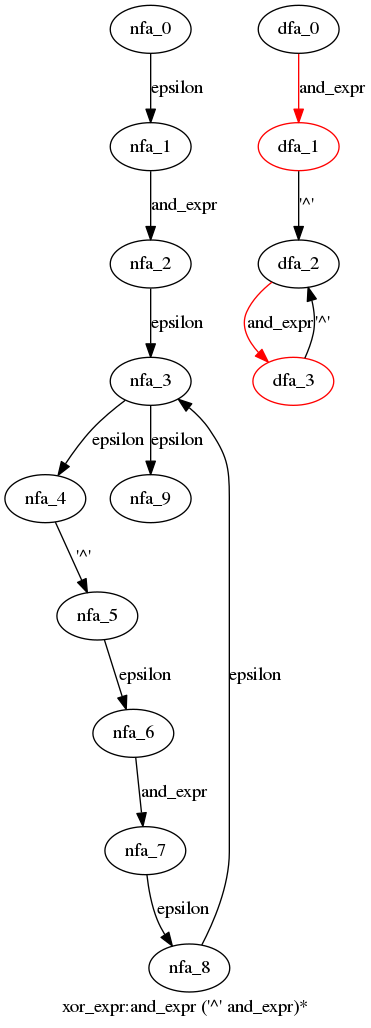
WinChua/blog keeps this Graphviz diagram as cpython/grammar/handwrite/nfa_dfas/61.xor_expr.dot.png. Above is the earlier version. Its source is kept beside it as cpython/grammar/handwrite/nfa_dfas/61.xor_expr.dot.
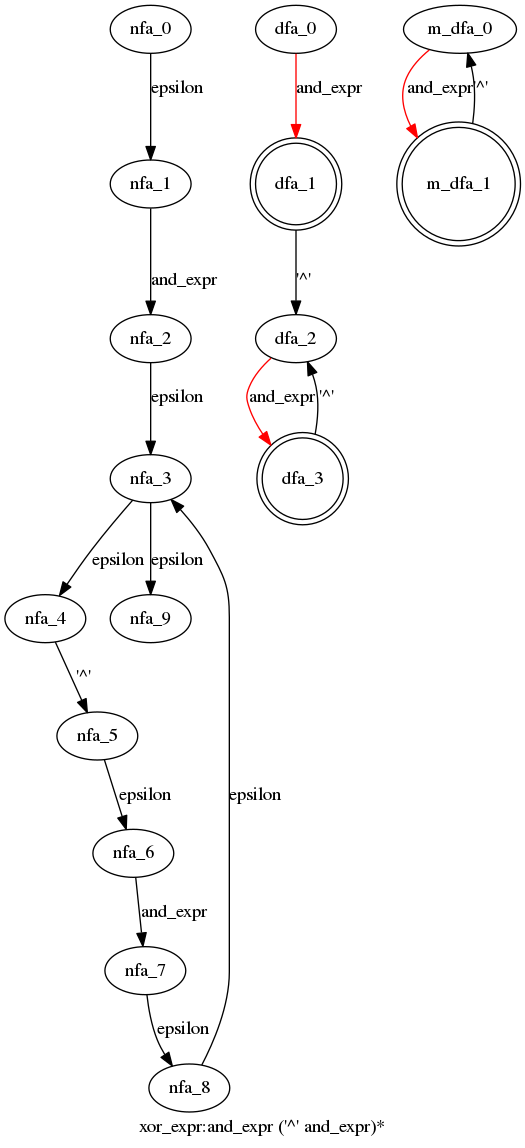
After the change.

Diff of the diagram source:
```diff
@@ -17,7 +17,12 @@
   dfa_1->dfa_2[label="'^'"]
   dfa_2->dfa_3[label="and_expr",color=red]
   dfa_3->dfa_2[label="'^'"]
-  dfa_1[color=red]
-  dfa_3[color=red]
+  dfa_1[shape=doublecircle]
+  dfa_3[shape=doublecircle]
+  }
+ subgraph xor_expr_m_dfa {
+  m_dfa_0->m_dfa_1[label="and_expr",color=red]
+  m_dfa_1->m_dfa_0[label="'^'"]
+  m_dfa_1[shape=doublecircle]
   }
 }
```
